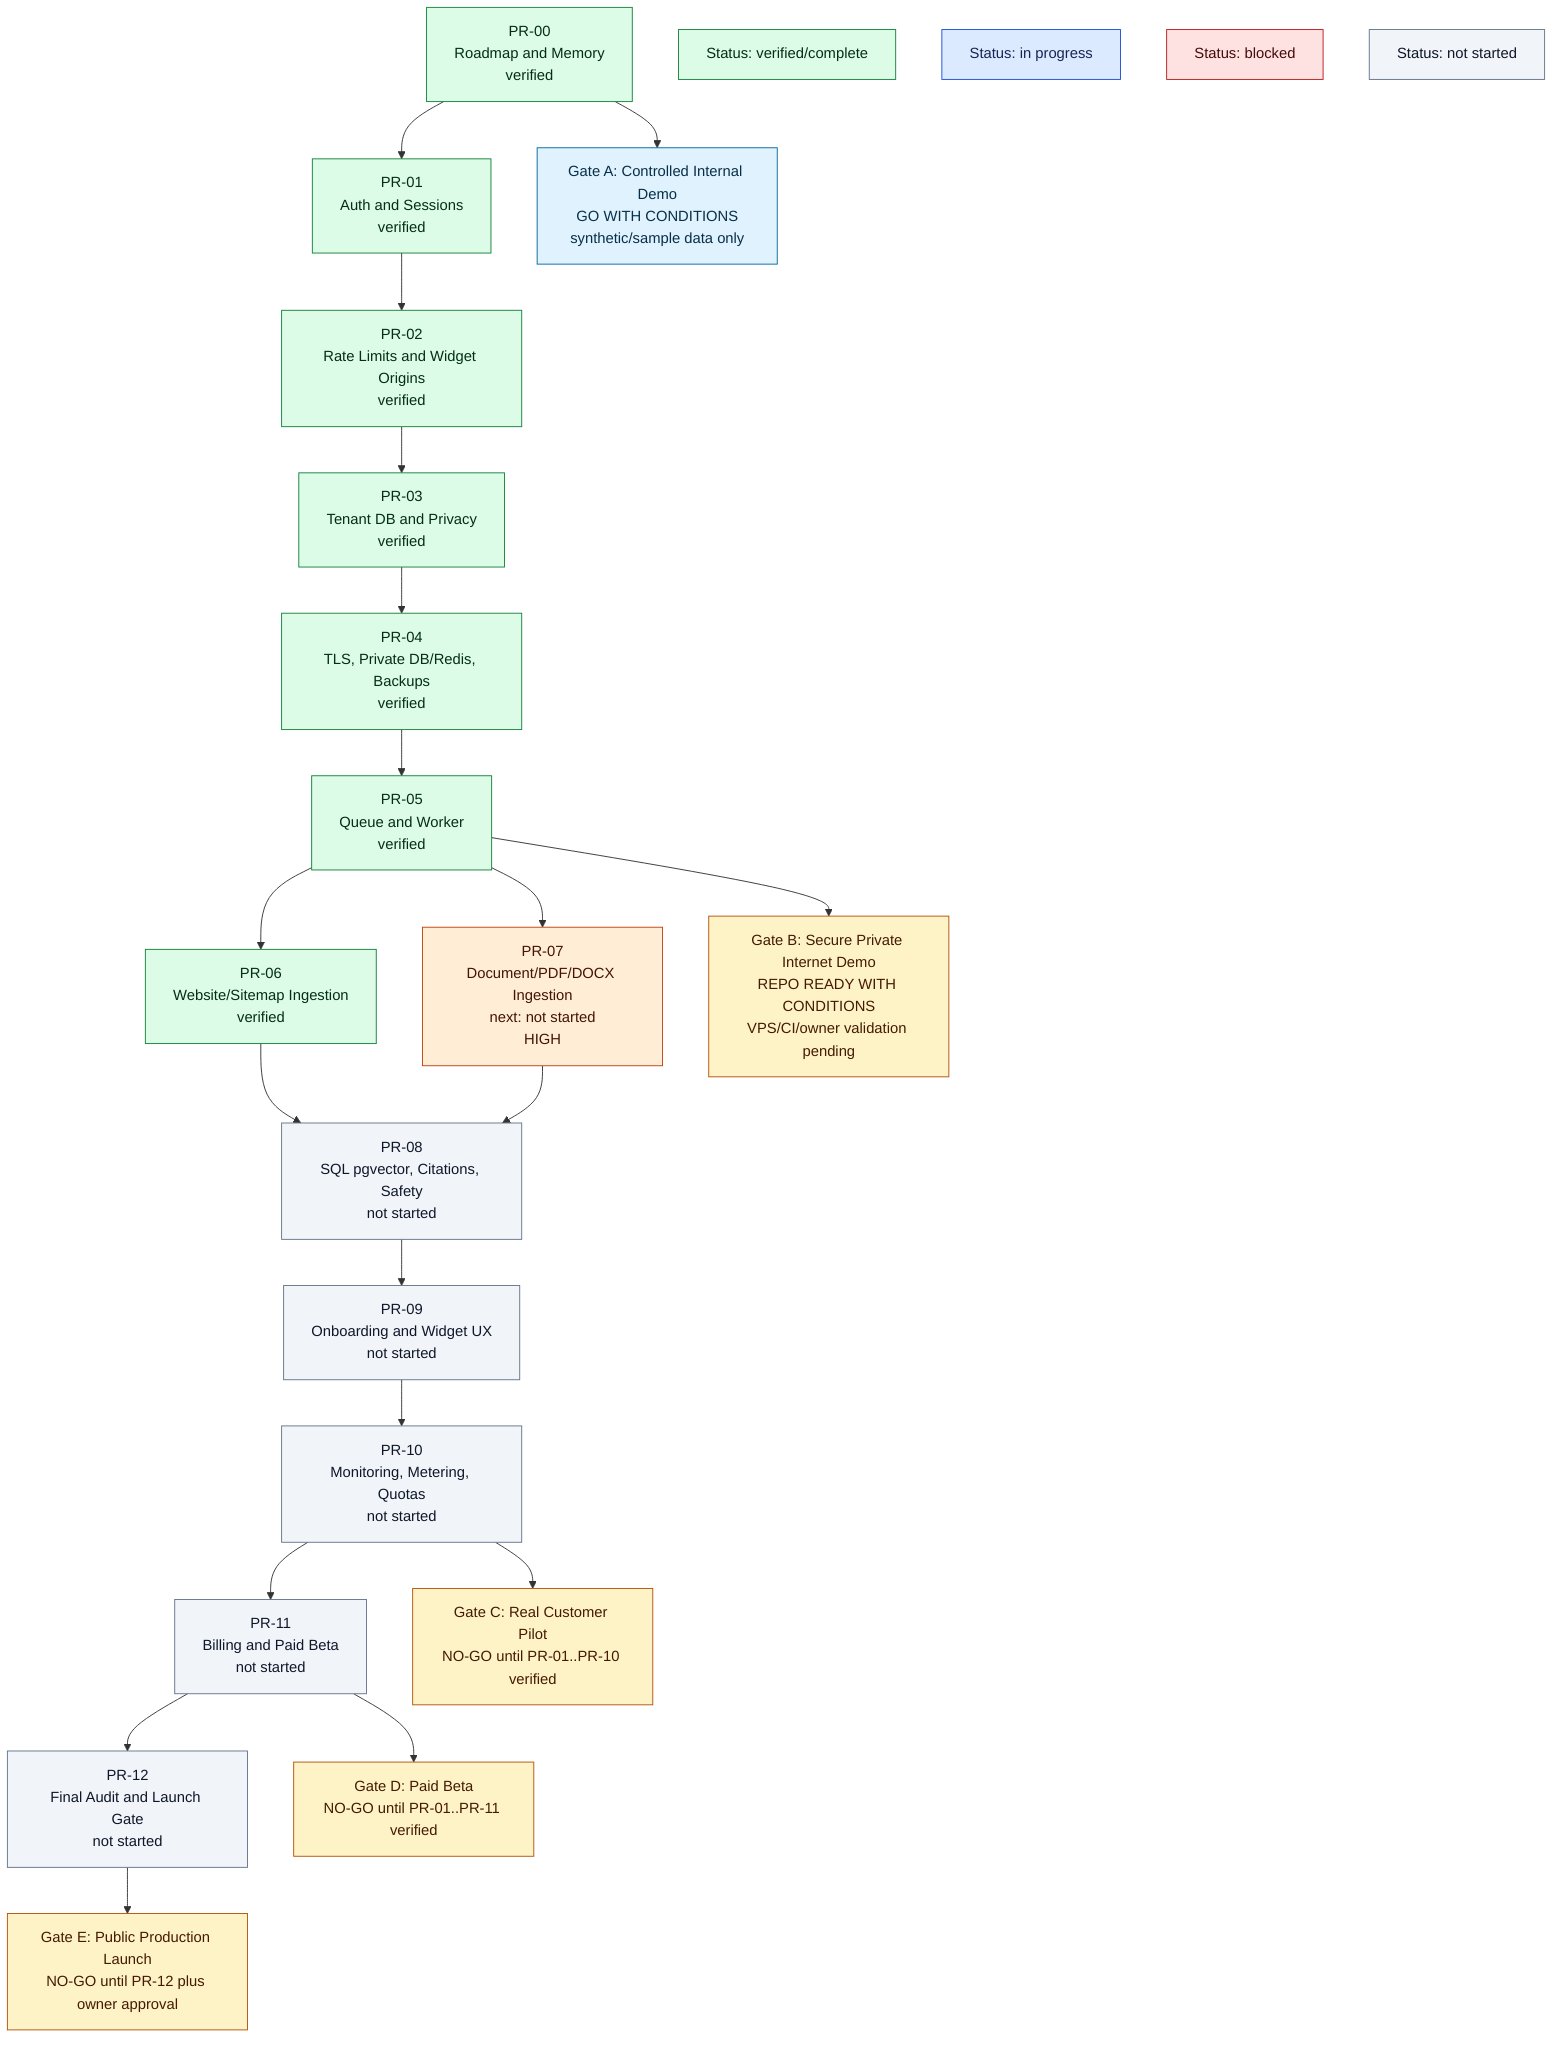
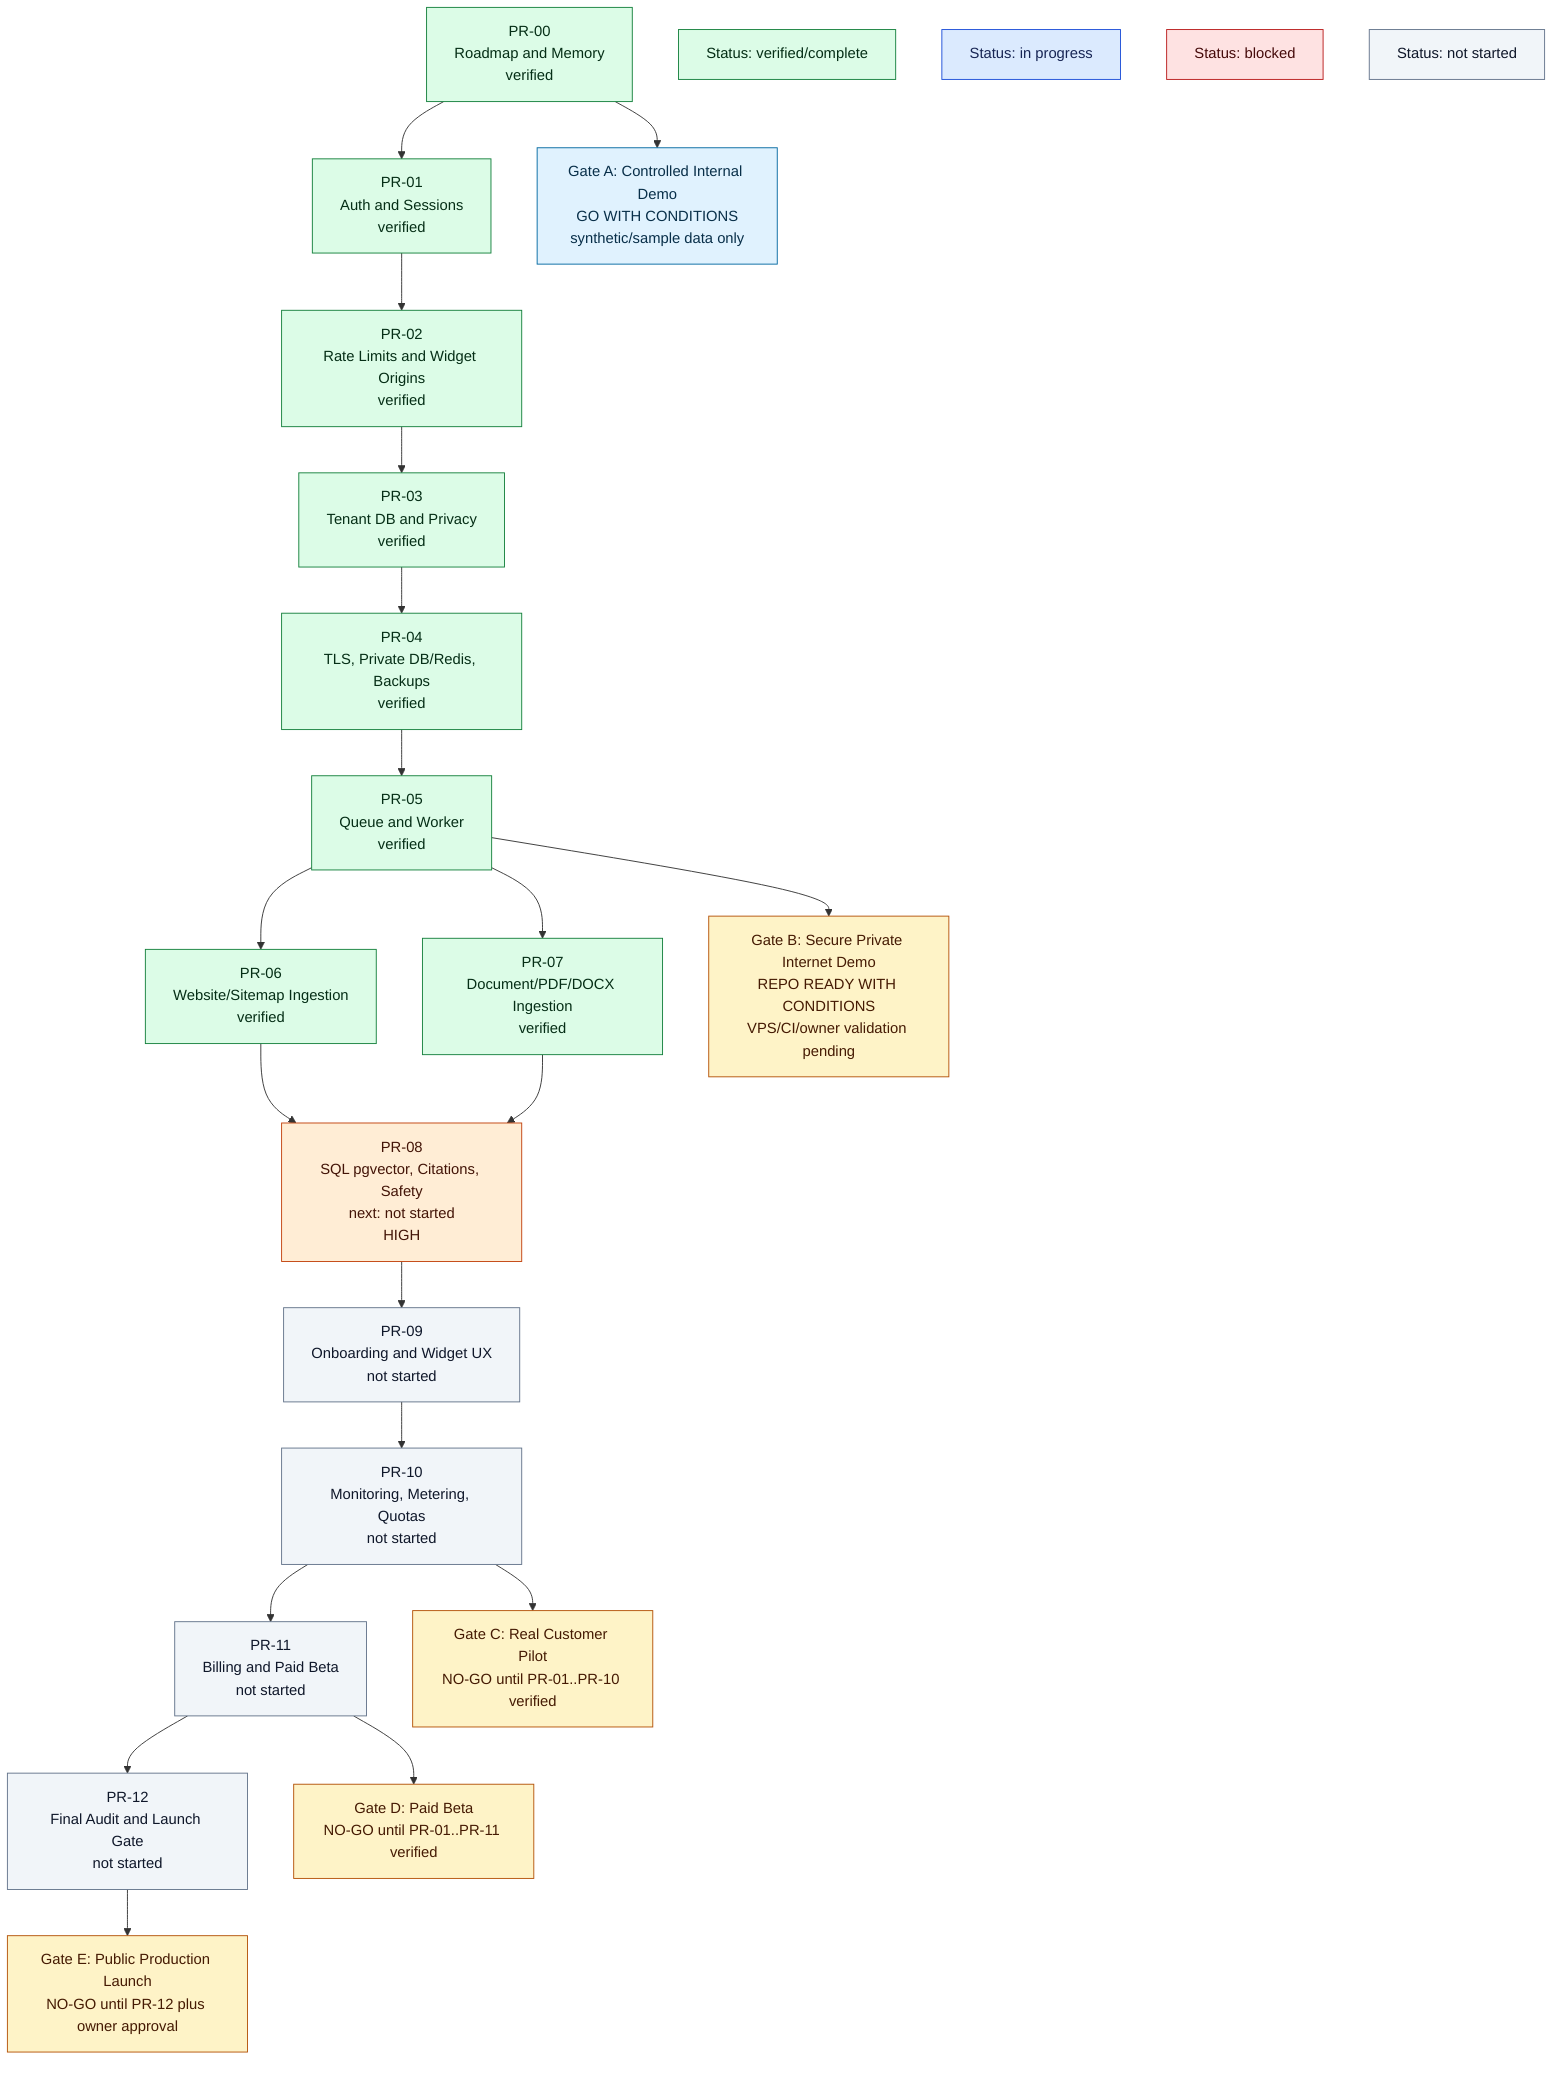
flowchart TB
    PR00["PR-00<br/>Roadmap and Memory<br/>verified"]
    PR01["PR-01<br/>Auth and Sessions<br/>verified"]
    PR02["PR-02<br/>Rate Limits and Widget Origins<br/>verified"]
    PR03["PR-03<br/>Tenant DB and Privacy<br/>verified"]
    PR04["PR-04<br/>TLS, Private DB/Redis, Backups<br/>verified"]
    PR05["PR-05<br/>Queue and Worker<br/>verified"]
    PR06["PR-06<br/>Website/Sitemap Ingestion<br/>verified"]
-     PR07["PR-07<br/>Document/PDF/DOCX Ingestion<br/>next: not started<br/>HIGH"]
-     PR08["PR-08<br/>SQL pgvector, Citations, Safety<br/>not started"]
+     PR07["PR-07<br/>Document/PDF/DOCX Ingestion<br/>verified"]
+     PR08["PR-08<br/>SQL pgvector, Citations, Safety<br/>next: not started<br/>HIGH"]
    PR09["PR-09<br/>Onboarding and Widget UX<br/>not started"]
    PR10["PR-10<br/>Monitoring, Metering, Quotas<br/>not started"]
    PR11["PR-11<br/>Billing and Paid Beta<br/>not started"]
    PR12["PR-12<br/>Final Audit and Launch Gate<br/>not started"]

    GateA["Gate A: Controlled Internal Demo<br/>GO WITH CONDITIONS<br/>synthetic/sample data only"]
    GateB["Gate B: Secure Private Internet Demo<br/>REPO READY WITH CONDITIONS<br/>VPS/CI/owner validation pending"]
    GateC["Gate C: Real Customer Pilot<br/>NO-GO until PR-01..PR-10 verified"]
    GateD["Gate D: Paid Beta<br/>NO-GO until PR-01..PR-11 verified"]
    GateE["Gate E: Public Production Launch<br/>NO-GO until PR-12 plus owner approval"]
    LegendVerified["Status: verified/complete"]
    LegendProgress["Status: in progress"]
    LegendBlocked["Status: blocked"]
    LegendPending["Status: not started"]

    PR00 --> PR01 --> PR02 --> PR03 --> PR04 --> PR05
    PR05 --> PR06
    PR05 --> PR07
    PR06 --> PR08
    PR07 --> PR08
    PR08 --> PR09 --> PR10 --> PR11 --> PR12
    PR00 --> GateA
    PR05 --> GateB
    PR10 --> GateC
    PR11 --> GateD
    PR12 --> GateE

    classDef verified fill:#dcfce7,stroke:#15803d,color:#052e16
    classDef inProgress fill:#dbeafe,stroke:#1d4ed8,color:#172554
    classDef blocked fill:#fee2e2,stroke:#b91c1c,color:#450a0a
    classDef critical fill:#fee2e2,stroke:#b91c1c,color:#450a0a
    classDef high fill:#ffedd5,stroke:#c2410c,color:#431407
    classDef pending fill:#f1f5f9,stroke:#64748b,color:#0f172a
    classDef gateOk fill:#e0f2fe,stroke:#0369a1,color:#082f49
    classDef gateNo fill:#fef3c7,stroke:#b45309,color:#451a03

-     class PR00,PR01,PR02,PR03,PR04,PR05,PR06 verified
-     class PR07 high
-     class PR08,PR09,PR10,PR11,PR12 pending
+     class PR00,PR01,PR02,PR03,PR04,PR05,PR06,PR07 verified
+     class PR08 high
+     class PR09,PR10,PR11,PR12 pending
    class GateA gateOk
    class GateB,GateC,GateD,GateE gateNo
    class LegendVerified verified
    class LegendProgress inProgress
    class LegendBlocked blocked
    class LegendPending pending
